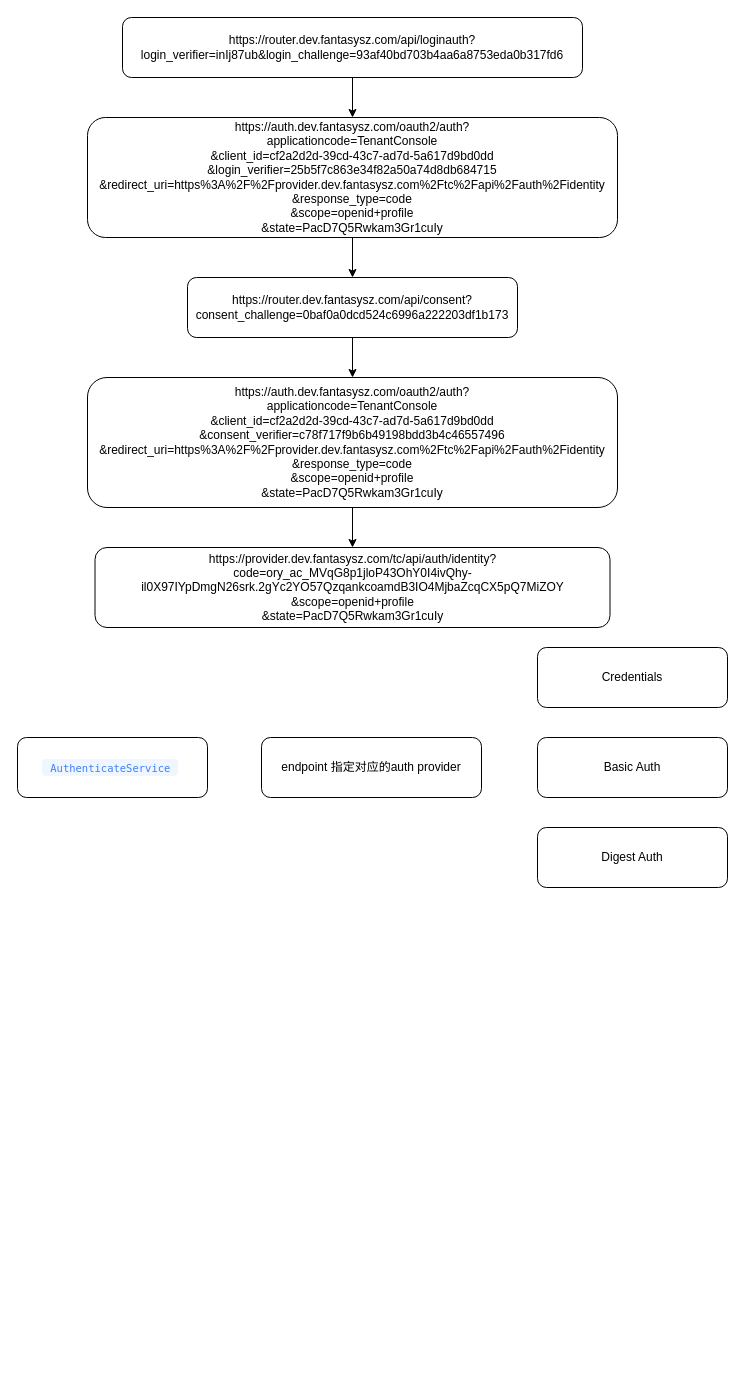
Above: authing.drawio in windingmonth/draw (draw.io), before the change. Source tidied: cells renumbered, new cells numbered last; positions are measured from the earlier drawing's top-left corner, leaving out a move shared by most shapes. Both pictures are drawn from the tidied source at 100%, with x=0, y=0 at pixel (17, 17).
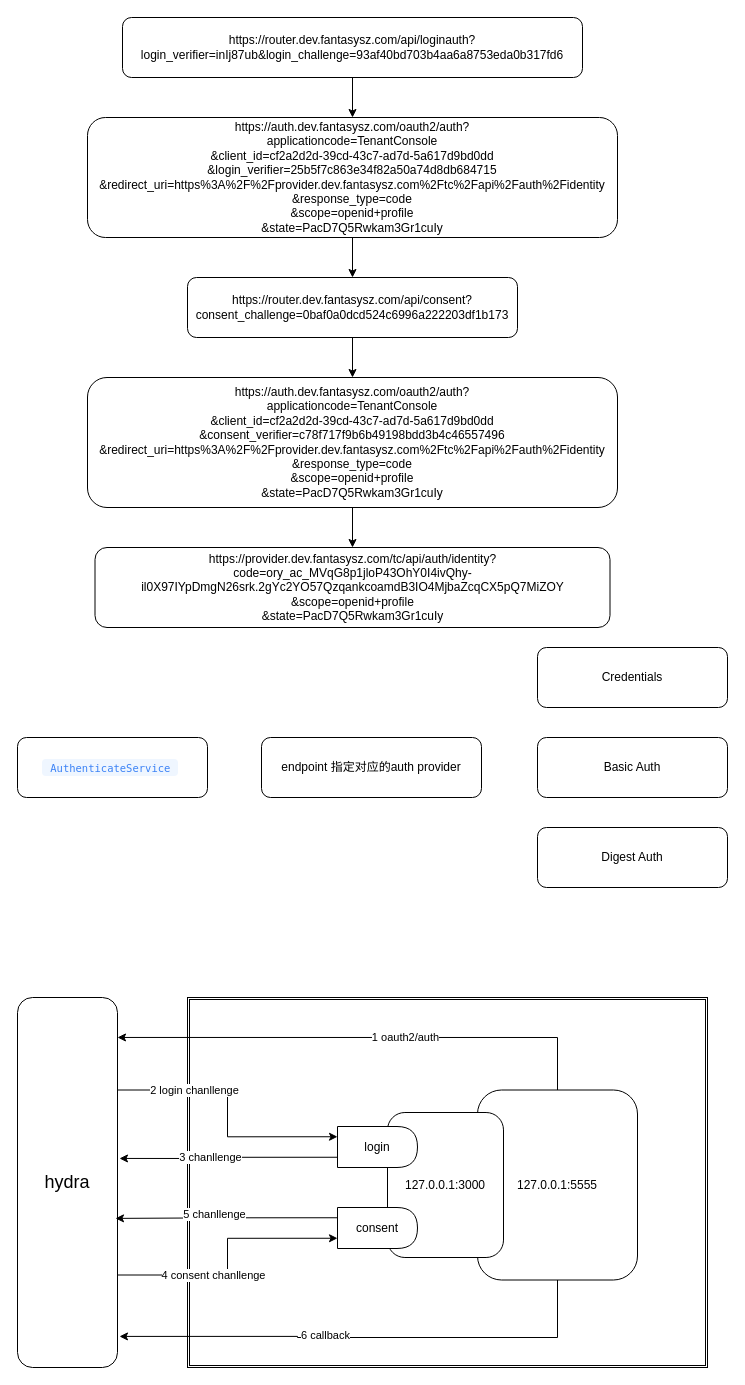
After the change.

The edit, as a diff of the source:
```diff
@@
+    <mxCell id="17" style="shape=ext;double=1;rounded=0;whiteSpace=wrap;html=1;" parent="1" vertex="1">
+      <mxGeometry x="170" y="980" width="520" height="370" as="geometry" />
+    </mxCell>
@@
+    <mxCell id="18" style="edgeStyle=orthogonalEdgeStyle;rounded=0;jettySize=auto;html=1;exitX=0.5;exitY=0;exitDx=0;exitDy=0;entryX=1;entryY=0.108;entryDx=0;entryDy=0;entryPerimeter=0;" parent="1" edge="1" source="22" target="27">
+      <mxGeometry relative="1" as="geometry" />
+    </mxCell>
+    <mxCell id="19" value="1 oauth2/auth" style="edgeLabel;html=1;align=center;verticalAlign=middle;" parent="18" vertex="1">
+      <mxGeometry x="-0.17" relative="1" as="geometry">
+        <mxPoint x="-1" as="offset" />
+      </mxGeometry>
+    </mxCell>
+    <mxCell id="20" style="edgeStyle=orthogonalEdgeStyle;rounded=0;jettySize=auto;html=1;entryX=1.02;entryY=0.916;entryDx=0;entryDy=0;entryPerimeter=0;" parent="1" edge="1" source="22" target="27">
+      <mxGeometry relative="1" as="geometry">
+        <Array as="points">
+          <mxPoint x="540" y="1320" />
+          <mxPoint x="280" y="1320" />
+          <mxPoint x="280" y="1319" />
+        </Array>
+      </mxGeometry>
+    </mxCell>
+    <mxCell id="21" value="6 callback" style="edgeLabel;html=1;align=center;verticalAlign=middle;" parent="20" vertex="1">
+      <mxGeometry x="0.17" y="-3" relative="1" as="geometry">
+        <mxPoint x="1" as="offset" />
+      </mxGeometry>
+    </mxCell>
+    <mxCell id="22" value="127.0.0.1:5555" style="rounded=1;whiteSpace=wrap;html=1;" parent="1" vertex="1">
+      <mxGeometry x="460" y="1072.5" width="160" height="190" as="geometry" />
+    </mxCell>
+    <mxCell id="23" style="edgeStyle=orthogonalEdgeStyle;rounded=0;jettySize=auto;html=1;exitX=1;exitY=0.25;exitDx=0;exitDy=0;entryX=0;entryY=0.25;entryDx=0;entryDy=0;" parent="1" edge="1" source="27" target="31">
+      <mxGeometry relative="1" as="geometry" />
+    </mxCell>
+    <mxCell id="24" value="2 login chanllenge" style="edgeLabel;html=1;align=center;verticalAlign=middle;" parent="23" vertex="1">
+      <mxGeometry x="-0.43" y="1" relative="1" as="geometry">
+        <mxPoint y="1" as="offset" />
+      </mxGeometry>
+    </mxCell>
+    <mxCell id="25" style="edgeStyle=orthogonalEdgeStyle;rounded=0;jettySize=auto;html=1;exitX=1;exitY=0.75;exitDx=0;exitDy=0;entryX=0;entryY=0.75;entryDx=0;entryDy=0;" parent="1" edge="1" source="27" target="34">
+      <mxGeometry relative="1" as="geometry" />
+    </mxCell>
+    <mxCell id="26" value="4 consent chanllenge" style="edgeLabel;html=1;align=center;verticalAlign=middle;" parent="25" vertex="1">
+      <mxGeometry x="-0.26" y="1" relative="1" as="geometry">
+        <mxPoint y="1" as="offset" />
+      </mxGeometry>
+    </mxCell>
+    <mxCell id="27" value="&lt;font style=&quot;font-size: 18px;&quot;&gt;hydra&lt;/font&gt;" style="rounded=1;whiteSpace=wrap;html=1;" parent="1" vertex="1">
+      <mxGeometry y="980" width="100" height="370" as="geometry" />
+    </mxCell>
+    <mxCell id="28" value="127.0.0.1:3000" style="rounded=1;whiteSpace=wrap;html=1;" parent="1" vertex="1">
+      <mxGeometry x="370" y="1095" width="116" height="145" as="geometry" />
+    </mxCell>
+    <mxCell id="29" style="edgeStyle=orthogonalEdgeStyle;rounded=0;jettySize=auto;html=1;exitX=0;exitY=0.75;exitDx=0;exitDy=0;entryX=1.02;entryY=0.435;entryDx=0;entryDy=0;entryPerimeter=0;" parent="1" edge="1" source="31" target="27">
+      <mxGeometry relative="1" as="geometry" />
+    </mxCell>
+    <mxCell id="30" value="3 chanllenge" style="edgeLabel;html=1;align=center;verticalAlign=middle;" parent="29" vertex="1">
+      <mxGeometry x="0.18" y="-1" relative="1" as="geometry" />
+    </mxCell>
+    <mxCell id="31" value="login" style="shape=delay;whiteSpace=wrap;html=1;" parent="1" vertex="1">
+      <mxGeometry x="320" y="1109" width="80" height="41" as="geometry" />
+    </mxCell>
+    <mxCell id="32" style="edgeStyle=orthogonalEdgeStyle;rounded=0;jettySize=auto;html=1;exitX=0;exitY=0.25;exitDx=0;exitDy=0;entryX=0.98;entryY=0.597;entryDx=0;entryDy=0;entryPerimeter=0;" parent="1" edge="1" source="34" target="27">
+      <mxGeometry relative="1" as="geometry" />
+    </mxCell>
+    <mxCell id="33" value="5 chanllenge" style="edgeLabel;html=1;align=center;verticalAlign=middle;" parent="32" vertex="1">
+      <mxGeometry x="0.11" y="-4" relative="1" as="geometry" />
+    </mxCell>
+    <mxCell id="34" value="consent" style="shape=delay;whiteSpace=wrap;html=1;" parent="1" vertex="1">
+      <mxGeometry x="320" y="1190" width="80" height="41" as="geometry" />
+    </mxCell>
```
